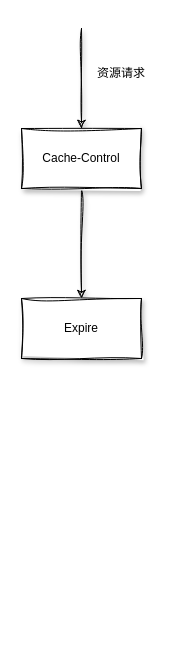
Above: 缓存.drawio in StoryKing123/draw-io (draw.io), before the change. Source tidied: cells renumbered, new cells numbered last; positions are measured from the earlier drawing's top-left corner, leaving out a move shared by most shapes. Both pictures are drawn from the tidied source at 100%, with x=0, y=0 at pixel (21, 28).
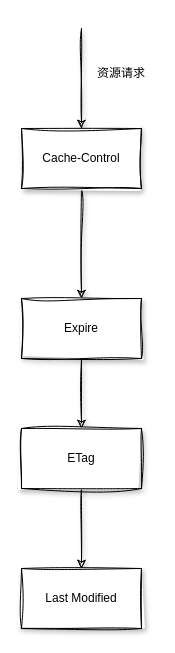
Above is the later version.

The edit, as a diff of the source:
```diff
@@
 <mxGraphModel>
   <root>
     <mxCell id="0" />
     <mxCell id="1" parent="0" />
     <mxCell id="2" style="edgeStyle=orthogonalEdgeStyle;rounded=0;jettySize=auto;html=1;sketch=1;curveFitting=1;jiggle=2;shadow=1;" parent="1" edge="1" source="3" target="6">
       <mxGeometry relative="1" as="geometry" />
     </mxCell>
     <mxCell id="3" value="Cache-Control" style="rounded=0;whiteSpace=wrap;html=1;sketch=1;curveFitting=1;jiggle=2;shadow=1;" parent="1" vertex="1">
       <mxGeometry y="100" width="120" height="60" as="geometry" />
     </mxCell>
     <mxCell id="4" style="endArrow=classic;html=1;rounded=0;entryX=0.5;entryY=0;entryDx=0;entryDy=0;sketch=1;curveFitting=1;jiggle=2;shadow=1;" parent="1" edge="1" target="3">
       <mxGeometry relative="1" as="geometry">
         <mxPoint x="60" as="sourcePoint" />
       </mxGeometry>
     </mxCell>
     <mxCell id="5" value="资源请求" style="text;html=1;strokeColor=none;fillColor=none;align=center;verticalAlign=middle;whiteSpace=wrap;rounded=0;sketch=1;curveFitting=1;jiggle=2;shadow=1;" parent="1" vertex="1">
       <mxGeometry x="70" y="30" width="60" height="30" as="geometry" />
     </mxCell>
+    <mxCell id="7" style="edgeStyle=orthogonalEdgeStyle;rounded=0;sketch=1;jettySize=auto;html=1;entryX=0.5;entryY=0;entryDx=0;entryDy=0;shadow=1;" parent="1" edge="1" source="6" target="9">
+      <mxGeometry relative="1" as="geometry" />
+    </mxCell>
     <mxCell id="6" value="Expire" style="rounded=0;whiteSpace=wrap;html=1;sketch=1;curveFitting=1;jiggle=2;shadow=1;" parent="1" vertex="1">
       <mxGeometry y="270" width="120" height="60" as="geometry" />
     </mxCell>
+    <mxCell id="8" style="edgeStyle=orthogonalEdgeStyle;rounded=0;sketch=1;jettySize=auto;html=1;shadow=1;" parent="1" edge="1" source="9" target="10">
+      <mxGeometry relative="1" as="geometry" />
+    </mxCell>
+    <mxCell id="9" value="ETag" style="rounded=0;whiteSpace=wrap;html=1;sketch=1;curveFitting=1;jiggle=2;shadow=1;" parent="1" vertex="1">
+      <mxGeometry y="400" width="120" height="60" as="geometry" />
+    </mxCell>
+    <mxCell id="10" value="Last Modified" style="rounded=0;whiteSpace=wrap;html=1;sketch=1;curveFitting=1;jiggle=2;shadow=1;" parent="1" vertex="1">
+      <mxGeometry y="540" width="120" height="60" as="geometry" />
+    </mxCell>
   </root>
 </mxGraphModel>
```
